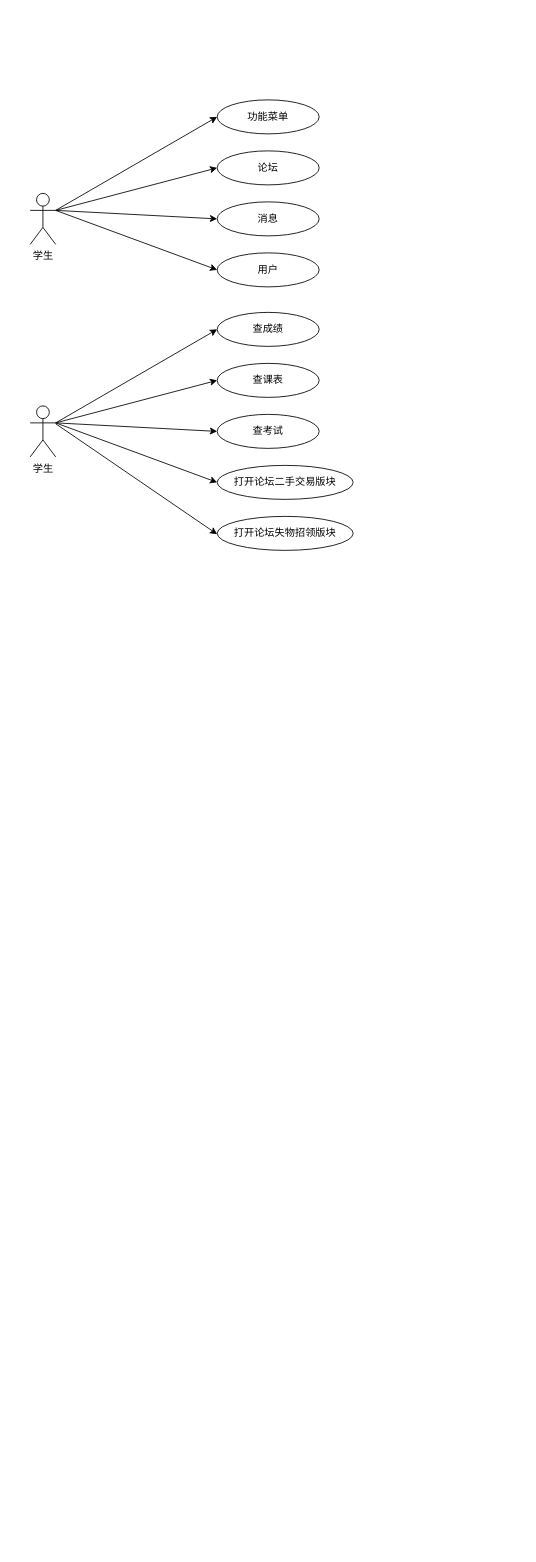
Earlier version of the draw.io diagram public/用例图.drawio (CodeMonkeyJeffGT/youBack). Source tidied: cells renumbered, new cells numbered last; positions are measured from the earlier drawing's top-left corner, leaving out a move shared by most shapes. Both pictures are drawn from the tidied source at 85%, with x=0, y=0 at pixel (30, 99).
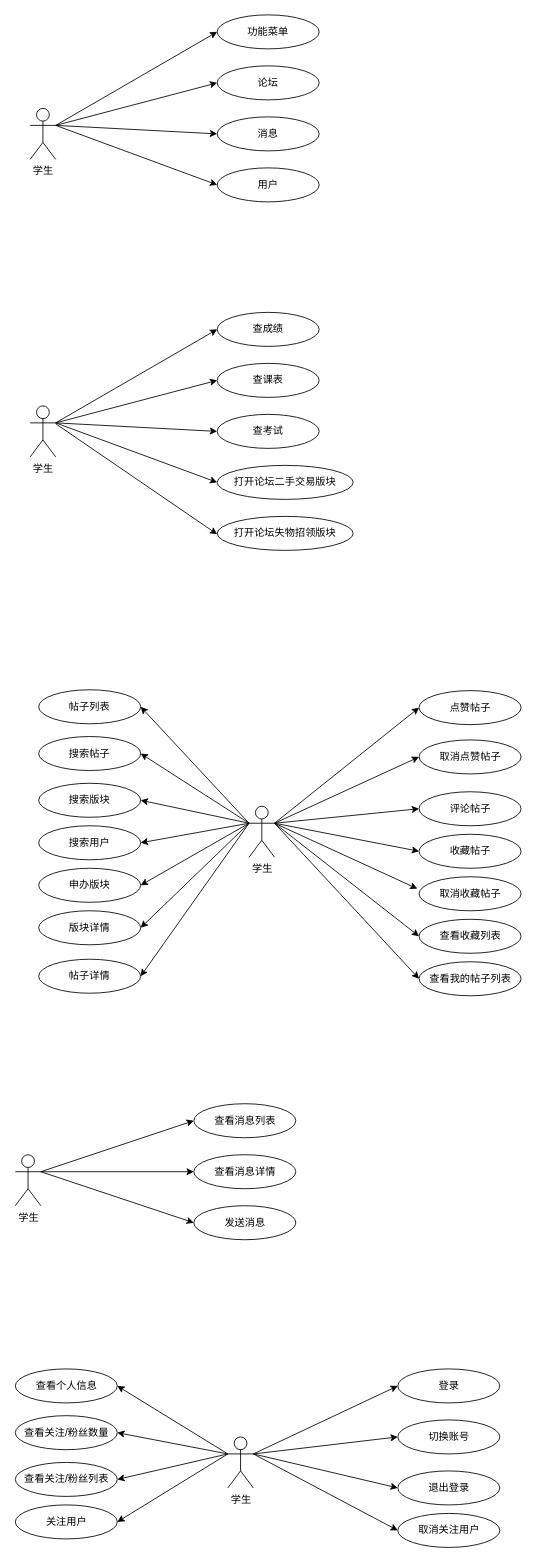
After the change.

Commit message:
更新用例图.drawio

Change to the diagram source:
```diff
@@
     <mxCell id="2" value="学生" style="shape=umlActor;verticalLabelPosition=bottom;labelBackgroundColor=#ffffff;verticalAlign=top;html=1;" parent="1" vertex="1">
-      <mxGeometry y="110" width="30" height="60" as="geometry" />
+      <mxGeometry y="10" width="30" height="60" as="geometry" />
     </mxCell>
     <mxCell id="3" value="功能菜单" style="ellipse;whiteSpace=wrap;html=1;" parent="1" vertex="1">
-      <mxGeometry x="220" width="120" height="40" as="geometry" />
+      <mxGeometry x="220" y="-100" width="120" height="40" as="geometry" />
     </mxCell>
     <mxCell id="4" style="endArrow=classic;html=1;entryX=0;entryY=0.5;entryDx=0;entryDy=0;" parent="1" edge="1" target="3">
       <mxGeometry relative="1" as="geometry">
-        <mxPoint x="30" y="130" as="sourcePoint" />
+        <mxPoint x="30" y="30" as="sourcePoint" />
       </mxGeometry>
     </mxCell>
     <mxCell id="5" value="论坛" style="ellipse;whiteSpace=wrap;html=1;" parent="1" vertex="1">
-      <mxGeometry x="220" y="60" width="120" height="40" as="geometry" />
+      <mxGeometry x="220" y="-40" width="120" height="40" as="geometry" />
     </mxCell>
     <mxCell id="6" style="endArrow=classic;html=1;entryX=0;entryY=0.5;entryDx=0;entryDy=0;" parent="1" edge="1" target="5">
       <mxGeometry relative="1" as="geometry">
-        <mxPoint x="30" y="130" as="sourcePoint" />
+        <mxPoint x="30" y="30" as="sourcePoint" />
       </mxGeometry>
     </mxCell>
     <mxCell id="7" style="endArrow=classic;html=1;entryX=0;entryY=0.5;entryDx=0;entryDy=0;" parent="1" edge="1" target="10">
       <mxGeometry relative="1" as="geometry">
-        <mxPoint x="30" y="130" as="sourcePoint" />
+        <mxPoint x="30" y="30" as="sourcePoint" />
       </mxGeometry>
     </mxCell>
     <mxCell id="8" style="endArrow=classic;html=1;entryX=0;entryY=0.5;entryDx=0;entryDy=0;" parent="1" edge="1" target="9">
       <mxGeometry relative="1" as="geometry">
-        <mxPoint x="30" y="130" as="sourcePoint" />
+        <mxPoint x="30" y="30" as="sourcePoint" />
       </mxGeometry>
     </mxCell>
     <mxCell id="9" value="消息" style="ellipse;whiteSpace=wrap;html=1;" parent="1" vertex="1">
-      <mxGeometry x="220" y="120" width="120" height="40" as="geometry" />
+      <mxGeometry x="220" y="20" width="120" height="40" as="geometry" />
     </mxCell>
     <mxCell id="10" value="用户" style="ellipse;whiteSpace=wrap;html=1;" parent="1" vertex="1">
-      <mxGeometry x="220" y="180" width="120" height="40" as="geometry" />
+      <mxGeometry x="220" y="80" width="120" height="40" as="geometry" />
     </mxCell>
@@
+    <mxCell id="22" value="学生" style="shape=umlActor;verticalLabelPosition=bottom;labelBackgroundColor=#ffffff;verticalAlign=top;html=1;" parent="1" vertex="1">
+      <mxGeometry x="-17.5" y="1241" width="30" height="60" as="geometry" />
+    </mxCell>
+    <mxCell id="23" value="查看消息列表" style="ellipse;whiteSpace=wrap;html=1;" parent="1" vertex="1">
+      <mxGeometry x="192.5" y="1181" width="120" height="40" as="geometry" />
+    </mxCell>
+    <mxCell id="24" style="endArrow=classic;html=1;entryX=0;entryY=0.5;entryDx=0;entryDy=0;" parent="1" edge="1" target="23">
+      <mxGeometry relative="1" as="geometry">
+        <mxPoint x="12.5" y="1261" as="sourcePoint" />
+      </mxGeometry>
+    </mxCell>
+    <mxCell id="25" value="查看消息详情" style="ellipse;whiteSpace=wrap;html=1;" parent="1" vertex="1">
+      <mxGeometry x="192.5" y="1241" width="120" height="40" as="geometry" />
+    </mxCell>
+    <mxCell id="26" style="endArrow=classic;html=1;entryX=0;entryY=0.5;entryDx=0;entryDy=0;" parent="1" edge="1" target="25">
+      <mxGeometry relative="1" as="geometry">
+        <mxPoint x="12.5" y="1261" as="sourcePoint" />
+      </mxGeometry>
+    </mxCell>
+    <mxCell id="27" style="endArrow=classic;html=1;entryX=0;entryY=0.5;entryDx=0;entryDy=0;" parent="1" edge="1" target="28">
+      <mxGeometry relative="1" as="geometry">
+        <mxPoint x="12.5" y="1261" as="sourcePoint" />
+      </mxGeometry>
+    </mxCell>
+    <mxCell id="28" value="发送消息" style="ellipse;whiteSpace=wrap;html=1;" parent="1" vertex="1">
+      <mxGeometry x="192.5" y="1301" width="120" height="40" as="geometry" />
+    </mxCell>
+    <mxCell id="29" value="学生" style="shape=umlActor;verticalLabelPosition=bottom;labelBackgroundColor=#ffffff;verticalAlign=top;html=1;outlineConnect=0;" parent="1" vertex="1">
+      <mxGeometry x="232.5" y="1573" width="30" height="60" as="geometry" />
+    </mxCell>
+    <mxCell id="30" value="登录" style="ellipse;whiteSpace=wrap;html=1;" parent="1" vertex="1">
+      <mxGeometry x="432.5" y="1493" width="120" height="40" as="geometry" />
+    </mxCell>
+    <mxCell id="31" style="endArrow=classic;html=1;entryX=0;entryY=0.5;entryDx=0;entryDy=0;" parent="1" edge="1" target="30">
+      <mxGeometry relative="1" as="geometry">
+        <mxPoint x="262.5" y="1593" as="sourcePoint" />
+      </mxGeometry>
+    </mxCell>
+    <mxCell id="32" value="切换账号" style="ellipse;whiteSpace=wrap;html=1;" parent="1" vertex="1">
+      <mxGeometry x="432.5" y="1553" width="120" height="40" as="geometry" />
+    </mxCell>
+    <mxCell id="33" style="endArrow=classic;html=1;entryX=0;entryY=0.5;entryDx=0;entryDy=0;" parent="1" edge="1" target="32">
+      <mxGeometry relative="1" as="geometry">
+        <mxPoint x="262.5" y="1593" as="sourcePoint" />
+      </mxGeometry>
+    </mxCell>
+    <mxCell id="34" style="endArrow=classic;html=1;entryX=0;entryY=0.5;entryDx=0;entryDy=0;" parent="1" edge="1" target="35">
+      <mxGeometry relative="1" as="geometry">
+        <mxPoint x="262.5" y="1593" as="sourcePoint" />
+      </mxGeometry>
+    </mxCell>
+    <mxCell id="35" value="退出登录" style="ellipse;whiteSpace=wrap;html=1;" parent="1" vertex="1">
+      <mxGeometry x="432.5" y="1613" width="120" height="40" as="geometry" />
+    </mxCell>
+    <mxCell id="36" value="查看个人信息" style="ellipse;whiteSpace=wrap;html=1;" parent="1" vertex="1">
+      <mxGeometry x="-17.5" y="1493" width="120" height="40" as="geometry" />
+    </mxCell>
+    <mxCell id="37" value="查看关注/粉丝数量" style="ellipse;whiteSpace=wrap;html=1;" parent="1" vertex="1">
+      <mxGeometry x="-17.5" y="1548" width="120" height="40" as="geometry" />
+    </mxCell>
+    <mxCell id="38" value="查看关注/粉丝列表" style="ellipse;whiteSpace=wrap;html=1;" parent="1" vertex="1">
+      <mxGeometry x="-17.5" y="1603" width="120" height="40" as="geometry" />
+    </mxCell>
+    <mxCell id="39" style="endArrow=classic;html=1;exitX=0;exitY=0.3333333333333333;exitDx=0;exitDy=0;exitPerimeter=0;entryX=1;entryY=0.5;entryDx=0;entryDy=0;" parent="1" edge="1" source="29" target="36">
+      <mxGeometry relative="1" as="geometry" />
+    </mxCell>
+    <mxCell id="40" style="endArrow=classic;html=1;entryX=1;entryY=0.5;entryDx=0;entryDy=0;" parent="1" edge="1" target="37">
+      <mxGeometry relative="1" as="geometry">
+        <mxPoint x="232.5" y="1593" as="sourcePoint" />
+      </mxGeometry>
+    </mxCell>
+    <mxCell id="41" style="endArrow=classic;html=1;entryX=1;entryY=0.5;entryDx=0;entryDy=0;" parent="1" edge="1" target="38">
+      <mxGeometry relative="1" as="geometry">
+        <mxPoint x="232.5" y="1593" as="sourcePoint" />
+      </mxGeometry>
+    </mxCell>
+    <mxCell id="42" value="关注用户" style="ellipse;whiteSpace=wrap;html=1;" parent="1" vertex="1">
+      <mxGeometry x="-17.5" y="1653" width="120" height="40" as="geometry" />
+    </mxCell>
+    <mxCell id="43" style="endArrow=classic;html=1;entryX=1;entryY=0.5;entryDx=0;entryDy=0;" parent="1" edge="1" target="42">
+      <mxGeometry relative="1" as="geometry">
+        <mxPoint x="232.5" y="1593" as="sourcePoint" />
+      </mxGeometry>
+    </mxCell>
+    <mxCell id="44" value="取消关注用户" style="ellipse;whiteSpace=wrap;html=1;" parent="1" vertex="1">
+      <mxGeometry x="432.5" y="1663" width="120" height="40" as="geometry" />
+    </mxCell>
+    <mxCell id="45" style="endArrow=classic;html=1;entryX=0;entryY=0.5;entryDx=0;entryDy=0;exitX=1;exitY=0.3333333333333333;exitDx=0;exitDy=0;exitPerimeter=0;" parent="1" edge="1" source="29" target="44">
+      <mxGeometry relative="1" as="geometry" />
+    </mxCell>
+    <mxCell id="46" value="学生" style="shape=umlActor;verticalLabelPosition=bottom;labelBackgroundColor=#ffffff;verticalAlign=top;html=1;outlineConnect=0;" parent="1" vertex="1">
+      <mxGeometry x="257.5" y="831" width="30" height="60" as="geometry" />
+    </mxCell>
+    <mxCell id="47" value="帖子详情" style="ellipse;whiteSpace=wrap;html=1;" parent="1" vertex="1">
+      <mxGeometry x="10" y="1011" width="120" height="40" as="geometry" />
+    </mxCell>
+    <mxCell id="48" style="endArrow=classic;html=1;entryX=1;entryY=0.5;entryDx=0;entryDy=0;exitX=0;exitY=0.3333333333333333;exitDx=0;exitDy=0;exitPerimeter=0;" parent="1" edge="1" source="46" target="47">
+      <mxGeometry relative="1" as="geometry" />
+    </mxCell>
+    <mxCell id="49" value="点赞帖子" style="ellipse;whiteSpace=wrap;html=1;" parent="1" vertex="1">
+      <mxGeometry x="457.5" y="695" width="120" height="40" as="geometry" />
+    </mxCell>
+    <mxCell id="50" style="endArrow=classic;html=1;entryX=0;entryY=0.5;entryDx=0;entryDy=0;" parent="1" edge="1" target="49">
+      <mxGeometry relative="1" as="geometry">
+        <mxPoint x="287.5" y="851" as="sourcePoint" />
+      </mxGeometry>
+    </mxCell>
+    <mxCell id="51" style="endArrow=classic;html=1;entryX=0;entryY=0.5;entryDx=0;entryDy=0;" parent="1" edge="1" target="52">
+      <mxGeometry relative="1" as="geometry">
+        <mxPoint x="287.5" y="851" as="sourcePoint" />
+      </mxGeometry>
+    </mxCell>
+    <mxCell id="52" value="评论帖子" style="ellipse;whiteSpace=wrap;html=1;" parent="1" vertex="1">
+      <mxGeometry x="457.5" y="814" width="120" height="40" as="geometry" />
+    </mxCell>
+    <mxCell id="53" value="帖子列表" style="ellipse;whiteSpace=wrap;html=1;" parent="1" vertex="1">
+      <mxGeometry x="10" y="694" width="120" height="40" as="geometry" />
+    </mxCell>
+    <mxCell id="54" value="搜索帖子" style="ellipse;whiteSpace=wrap;html=1;" parent="1" vertex="1">
+      <mxGeometry x="10" y="749" width="120" height="40" as="geometry" />
+    </mxCell>
+    <mxCell id="55" value="搜索版块" style="ellipse;whiteSpace=wrap;html=1;" parent="1" vertex="1">
+      <mxGeometry x="10" y="804" width="120" height="40" as="geometry" />
+    </mxCell>
+    <mxCell id="56" style="endArrow=classic;html=1;exitX=0;exitY=0.3333333333333333;exitDx=0;exitDy=0;exitPerimeter=0;entryX=1;entryY=0.5;entryDx=0;entryDy=0;" parent="1" edge="1" source="46" target="53">
+      <mxGeometry relative="1" as="geometry" />
+    </mxCell>
+    <mxCell id="57" style="endArrow=classic;html=1;entryX=1;entryY=0.5;entryDx=0;entryDy=0;exitX=0;exitY=0.3333333333333333;exitDx=0;exitDy=0;exitPerimeter=0;" parent="1" edge="1" source="46" target="54">
+      <mxGeometry relative="1" as="geometry" />
+    </mxCell>
+    <mxCell id="58" style="endArrow=classic;html=1;entryX=1;entryY=0.5;entryDx=0;entryDy=0;" parent="1" edge="1" target="55">
+      <mxGeometry relative="1" as="geometry">
+        <mxPoint x="257.5" y="851" as="sourcePoint" />
+      </mxGeometry>
+    </mxCell>
+    <mxCell id="59" value="搜索用户" style="ellipse;whiteSpace=wrap;html=1;" parent="1" vertex="1">
+      <mxGeometry x="10" y="854" width="120" height="40" as="geometry" />
+    </mxCell>
+    <mxCell id="60" style="endArrow=classic;html=1;entryX=1;entryY=0.5;entryDx=0;entryDy=0;exitX=0;exitY=0.3333333333333333;exitDx=0;exitDy=0;exitPerimeter=0;" parent="1" edge="1" source="46" target="59">
+      <mxGeometry relative="1" as="geometry" />
+    </mxCell>
+    <mxCell id="61" value="收藏帖子" style="ellipse;whiteSpace=wrap;html=1;" parent="1" vertex="1">
+      <mxGeometry x="457.5" y="864" width="120" height="40" as="geometry" />
+    </mxCell>
+    <mxCell id="62" style="endArrow=classic;html=1;entryX=0;entryY=0.5;entryDx=0;entryDy=0;exitX=1;exitY=0.3333333333333333;exitDx=0;exitDy=0;exitPerimeter=0;" parent="1" edge="1" source="46" target="61">
+      <mxGeometry relative="1" as="geometry" />
+    </mxCell>
+    <mxCell id="63" value="申办版块" style="ellipse;whiteSpace=wrap;html=1;" parent="1" vertex="1">
+      <mxGeometry x="10" y="904" width="120" height="40" as="geometry" />
+    </mxCell>
+    <mxCell id="64" style="endArrow=classic;html=1;entryX=1;entryY=0.5;entryDx=0;entryDy=0;exitX=0;exitY=0.3333333333333333;exitDx=0;exitDy=0;exitPerimeter=0;" parent="1" edge="1" source="46" target="63">
+      <mxGeometry relative="1" as="geometry" />
+    </mxCell>
+    <mxCell id="65" value="取消收藏帖子" style="ellipse;whiteSpace=wrap;html=1;" parent="1" vertex="1">
+      <mxGeometry x="457.5" y="914" width="120" height="40" as="geometry" />
+    </mxCell>
+    <mxCell id="66" style="endArrow=classic;html=1;entryX=-0.017;entryY=0.35;entryDx=0;entryDy=0;exitX=1;exitY=0.3333333333333333;exitDx=0;exitDy=0;exitPerimeter=0;entryPerimeter=0;" parent="1" edge="1" source="46" target="65">
+      <mxGeometry relative="1" as="geometry" />
+    </mxCell>
+    <mxCell id="67" value="版块详情" style="ellipse;whiteSpace=wrap;html=1;" parent="1" vertex="1">
+      <mxGeometry x="10" y="954" width="120" height="40" as="geometry" />
+    </mxCell>
+    <mxCell id="68" style="endArrow=classic;html=1;entryX=1;entryY=0.5;entryDx=0;entryDy=0;exitX=0;exitY=0.3333333333333333;exitDx=0;exitDy=0;exitPerimeter=0;" parent="1" edge="1" source="46" target="67">
+      <mxGeometry relative="1" as="geometry" />
+    </mxCell>
+    <mxCell id="69" value="查看收藏列表" style="ellipse;whiteSpace=wrap;html=1;" parent="1" vertex="1">
+      <mxGeometry x="457.5" y="964" width="120" height="40" as="geometry" />
+    </mxCell>
+    <mxCell id="70" style="endArrow=classic;html=1;entryX=0;entryY=0.5;entryDx=0;entryDy=0;exitX=1;exitY=0.3333333333333333;exitDx=0;exitDy=0;exitPerimeter=0;" parent="1" edge="1" source="46" target="69">
+      <mxGeometry relative="1" as="geometry" />
+    </mxCell>
+    <mxCell id="71" value="取消点赞帖子" style="ellipse;whiteSpace=wrap;html=1;" parent="1" vertex="1">
+      <mxGeometry x="457.5" y="753" width="120" height="40" as="geometry" />
+    </mxCell>
+    <mxCell id="72" style="endArrow=classic;html=1;entryX=0;entryY=0.5;entryDx=0;entryDy=0;exitX=1;exitY=0.3333333333333333;exitDx=0;exitDy=0;exitPerimeter=0;" parent="1" edge="1" source="46" target="71">
+      <mxGeometry relative="1" as="geometry" />
+    </mxCell>
+    <mxCell id="73" value="查看我的帖子列表" style="ellipse;whiteSpace=wrap;html=1;" parent="1" vertex="1">
+      <mxGeometry x="457.5" y="1014" width="120" height="40" as="geometry" />
+    </mxCell>
+    <mxCell id="74" style="endArrow=classic;html=1;entryX=0;entryY=0.5;entryDx=0;entryDy=0;exitX=1;exitY=0.3333333333333333;exitDx=0;exitDy=0;exitPerimeter=0;" parent="1" edge="1" source="46" target="73">
+      <mxGeometry relative="1" as="geometry" />
+    </mxCell>
```
